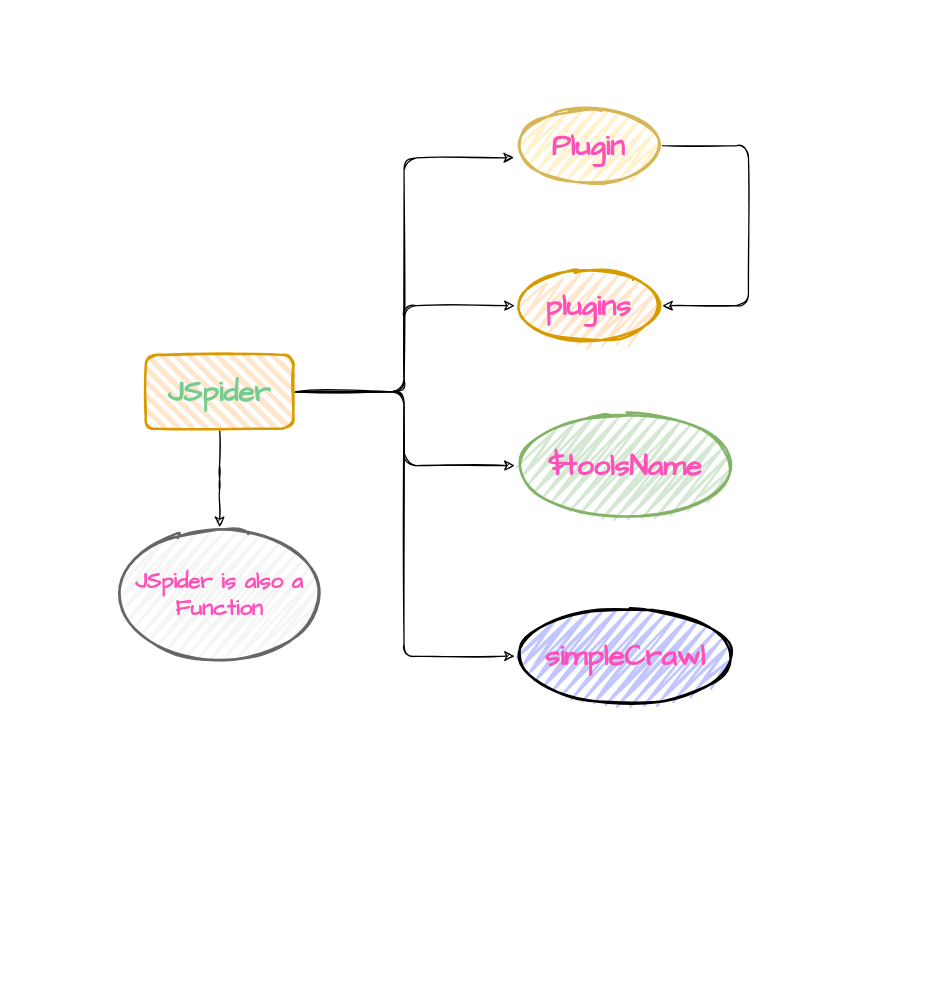
This is src/AboutAPI.drawio from KonghaYao/jspider, a draw.io file, before an edit. Source tidied: cells renumbered, new cells numbered last; positions are measured from the earlier drawing's top-left corner, leaving out a move shared by most shapes. Both pictures are drawn from the tidied source at 123%, with x=0, y=0 at pixel (114, 108).
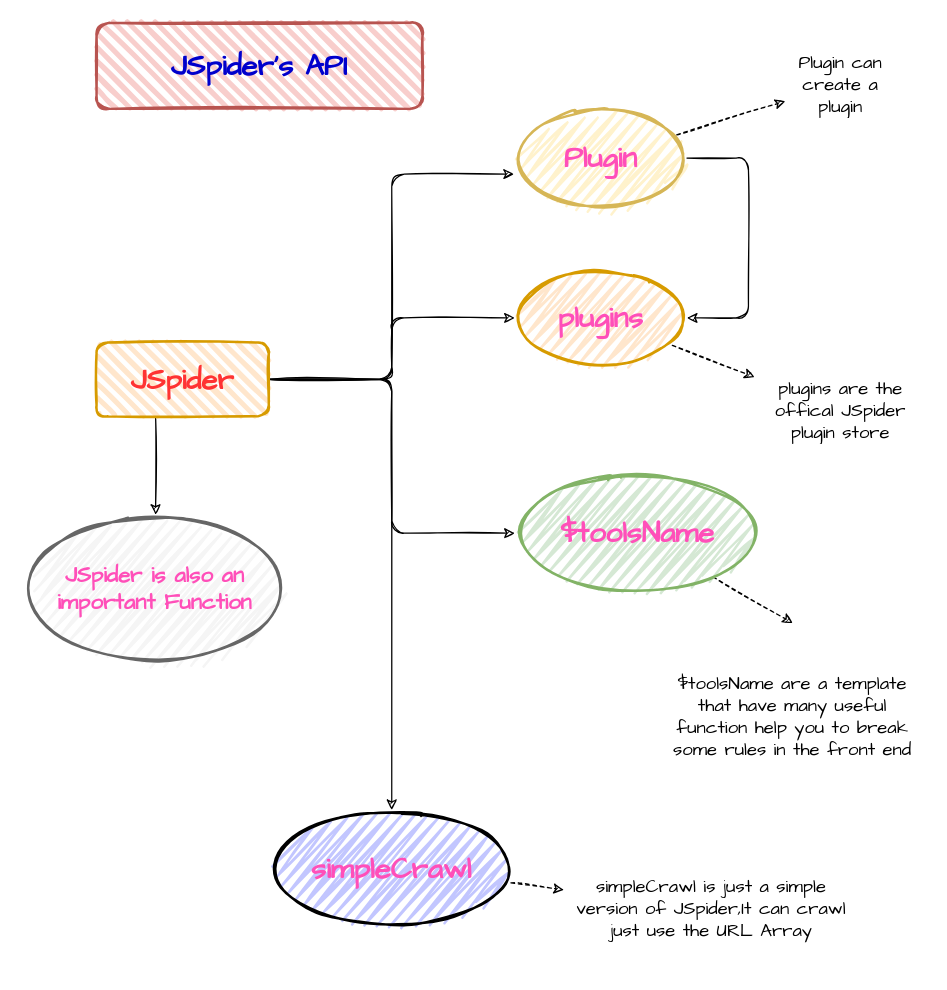
Above is the later version.

Diff of the diagram source:
```diff
@@
-    <mxCell id="5" style="edgeStyle=elbowEdgeStyle;rounded=1;sketch=1;jettySize=auto;html=1;entryX=0;entryY=0.5;entryDx=0;entryDy=0;" parent="1" edge="1" source="7" target="12">
-      <mxGeometry relative="1" as="geometry" />
+    <mxCell id="5" style="edgeStyle=elbowEdgeStyle;rounded=1;sketch=1;jettySize=auto;html=1;entryX=0.5;entryY=0;entryDx=0;entryDy=0;" parent="1" edge="1" source="7" target="12">
+      <mxGeometry relative="1" as="geometry">
+        <Array as="points">
+          <mxPoint x="225" y="410" />
+          <mxPoint x="279" y="380" />
+        </Array>
+      </mxGeometry>
     </mxCell>
@@
-    <mxCell id="7" value="&lt;h1&gt;&lt;font color=&quot;#74cc8f&quot; face=&quot;Comic Sans MS&quot;&gt;JSpider&lt;/font&gt;&lt;/h1&gt;" style="rounded=1;whiteSpace=wrap;html=1;strokeWidth=2;fillWeight=4;hachureGap=8;hachureAngle=45;fillColor=#ffe6cc;sketch=1;strokeColor=#d79b00;glass=0;shadow=0;" parent="1" vertex="1">
-      <mxGeometry x="25" y="200" width="120" height="60" as="geometry" />
+    <mxCell id="7" value="&lt;h1&gt;&lt;font face=&quot;Comic Sans MS&quot; color=&quot;#ff3333&quot;&gt;JSpider&lt;/font&gt;&lt;/h1&gt;" style="rounded=1;whiteSpace=wrap;html=1;strokeWidth=2;fillWeight=4;hachureGap=8;hachureAngle=45;fillColor=#ffe6cc;sketch=1;strokeColor=#d79b00;glass=0;shadow=0;" parent="1" vertex="1">
+      <mxGeometry x="-15" y="190" width="140" height="60" as="geometry" />
     </mxCell>
@@
+    <mxCell id="15" style="rounded=1;sketch=1;jettySize=auto;html=1;fontFamily=Comic Sans MS;fontColor=none;dashed=1;" parent="1" edge="1" source="9" target="21">
+      <mxGeometry relative="1" as="geometry" />
+    </mxCell>
     <mxCell id="9" value="&lt;h1&gt;&lt;font face=&quot;Comic Sans MS&quot; color=&quot;#ff4fb9&quot;&gt;Plugin&lt;/font&gt;&lt;/h1&gt;" style="ellipse;whiteSpace=wrap;html=1;strokeWidth=2;fillWeight=2;hachureGap=8;fillStyle=zigzag;sketch=1;shadow=0;glass=0;fillColor=#fff2cc;strokeColor=#d6b656;" parent="1" vertex="1">
-      <mxGeometry x="325" width="120" height="60" as="geometry" />
+      <mxGeometry x="325" width="140" height="80" as="geometry" />
     </mxCell>
+    <mxCell id="16" style="edgeStyle=none;rounded=1;sketch=1;jettySize=auto;html=1;entryX=0.5;entryY=0;entryDx=0;entryDy=0;dashed=1;fontFamily=Comic Sans MS;fontColor=none;" parent="1" edge="1" source="10" target="22">
+      <mxGeometry relative="1" as="geometry" />
+    </mxCell>
     <mxCell id="10" value="&lt;h1&gt;&lt;font color=&quot;#ff4fb9&quot; face=&quot;Comic Sans MS&quot;&gt;$toolsName&lt;/font&gt;&lt;/h1&gt;" style="ellipse;whiteSpace=wrap;html=1;strokeWidth=2;fillWeight=2;hachureGap=8;fillStyle=zigzag;sketch=1;shadow=0;glass=0;fillColor=#d5e8d4;strokeColor=#82b366;" parent="1" vertex="1">
-      <mxGeometry x="325" y="250" width="180" height="80" as="geometry" />
+      <mxGeometry x="325" y="300" width="200" height="90" as="geometry" />
     </mxCell>
+    <mxCell id="17" style="rounded=1;sketch=1;jettySize=auto;html=1;dashed=1;fontFamily=Comic Sans MS;fontColor=none;" parent="1" edge="1" source="11" target="20">
+      <mxGeometry relative="1" as="geometry" />
+    </mxCell>
     <mxCell id="11" value="&lt;h1&gt;&lt;font face=&quot;Comic Sans MS&quot; color=&quot;#ff4fb9&quot;&gt;plugins&lt;/font&gt;&lt;/h1&gt;" style="ellipse;whiteSpace=wrap;html=1;strokeWidth=2;fillWeight=2;hachureGap=8;fillStyle=zigzag;sketch=1;shadow=0;glass=0;fillColor=#ffe6cc;strokeColor=#d79b00;" parent="1" vertex="1">
-      <mxGeometry x="325" y="130" width="120" height="60" as="geometry" />
+      <mxGeometry x="325" y="130" width="140" height="80" as="geometry" />
     </mxCell>
+    <mxCell id="18" style="edgeStyle=none;rounded=1;sketch=1;jettySize=auto;html=1;dashed=1;fontFamily=Comic Sans MS;fontColor=none;" parent="1" edge="1" source="12" target="23">
+      <mxGeometry relative="1" as="geometry" />
+    </mxCell>
     <mxCell id="12" value="&lt;h1&gt;&lt;font color=&quot;#ff4fb9&quot; face=&quot;Comic Sans MS&quot;&gt;simpleCrawl&lt;/font&gt;&lt;/h1&gt;" style="ellipse;whiteSpace=wrap;html=1;strokeWidth=2;fillWeight=2;hachureGap=8;fillStyle=zigzag;sketch=1;shadow=0;glass=0;fillColor=#C2C6FF;" parent="1" vertex="1">
-      <mxGeometry x="325" y="405" width="180" height="80" as="geometry" />
+      <mxGeometry x="125" y="570" width="200" height="95" as="geometry" />
     </mxCell>
-    <mxCell id="13" value="&lt;h2&gt;&lt;font face=&quot;Comic Sans MS&quot; color=&quot;#ff4fb9&quot;&gt;JSpider is also a Function&lt;/font&gt;&lt;/h2&gt;" style="ellipse;whiteSpace=wrap;html=1;strokeWidth=2;fillWeight=2;hachureGap=8;fillStyle=zigzag;sketch=1;shadow=0;glass=0;fillColor=#f5f5f5;strokeColor=#666666;fontColor=#333333;" parent="1" vertex="1">
-      <mxGeometry y="340" width="170" height="110" as="geometry" />
+    <mxCell id="13" value="&lt;h2&gt;&lt;font face=&quot;Comic Sans MS&quot; color=&quot;#ff4fb9&quot;&gt;JSpider is also an important Function&lt;/font&gt;&lt;/h2&gt;" style="ellipse;whiteSpace=wrap;html=1;strokeWidth=2;fillWeight=2;hachureGap=8;fillStyle=zigzag;sketch=1;shadow=0;glass=0;fillColor=#f5f5f5;strokeColor=#666666;fontColor=#333333;" parent="1" vertex="1">
+      <mxGeometry x="-75" y="330" width="215" height="120" as="geometry" />
     </mxCell>
@@
+    <mxCell id="19" value="&lt;h1&gt;&lt;font face=&quot;Comic Sans MS&quot; style=&quot;font-size: 24px&quot;&gt;JSpider's API&lt;/font&gt;&lt;/h1&gt;" style="rounded=1;whiteSpace=wrap;html=1;strokeWidth=2;fillWeight=4;hachureGap=8;hachureAngle=45;sketch=1;glass=0;shadow=0;fillColor=#f8cecc;strokeColor=#b85450;fontColor=#0000CC;" parent="1" vertex="1">
+      <mxGeometry x="-15" y="-70" width="265" height="70" as="geometry" />
+    </mxCell>
+    <mxCell id="20" value="plugins are the offical JSpider plugin store" style="text;html=1;strokeColor=none;fillColor=none;align=center;verticalAlign=middle;whiteSpace=wrap;overflow=hidden;shadow=0;glass=0;labelBackgroundColor=none;fontFamily=Comic Sans MS;fontColor=none;fontSize=15;" parent="1" vertex="1">
+      <mxGeometry x="520" y="210" width="140" height="70" as="geometry" />
+    </mxCell>
+    <mxCell id="21" value="Plugin can create a plugin" style="text;html=1;strokeColor=none;fillColor=none;align=center;verticalAlign=middle;whiteSpace=wrap;overflow=hidden;shadow=0;glass=0;labelBackgroundColor=none;fontFamily=Comic Sans MS;fontColor=none;fontSize=15;" parent="1" vertex="1">
+      <mxGeometry x="545" y="-50" width="90" height="60" as="geometry" />
+    </mxCell>
+    <mxCell id="22" value="$toolsName are a template that have many useful function help you to break some rules in the front end" style="text;html=1;strokeColor=none;fillColor=none;align=center;verticalAlign=middle;whiteSpace=wrap;overflow=hidden;shadow=0;glass=0;labelBackgroundColor=none;fontFamily=Comic Sans MS;fontColor=none;fontSize=15;" parent="1" vertex="1">
+      <mxGeometry x="442" y="418" width="218" height="152" as="geometry" />
+    </mxCell>
+    <mxCell id="23" value="simpleCrawl is just a simple version of JSpider,It can crawl just use the URL Array" style="text;html=1;strokeColor=none;fillColor=none;align=center;verticalAlign=middle;whiteSpace=wrap;overflow=hidden;shadow=0;glass=0;labelBackgroundColor=none;fontFamily=Comic Sans MS;fontSize=15;" parent="1" vertex="1">
+      <mxGeometry x="365" y="600" width="240" height="100" as="geometry" />
+    </mxCell>
```
